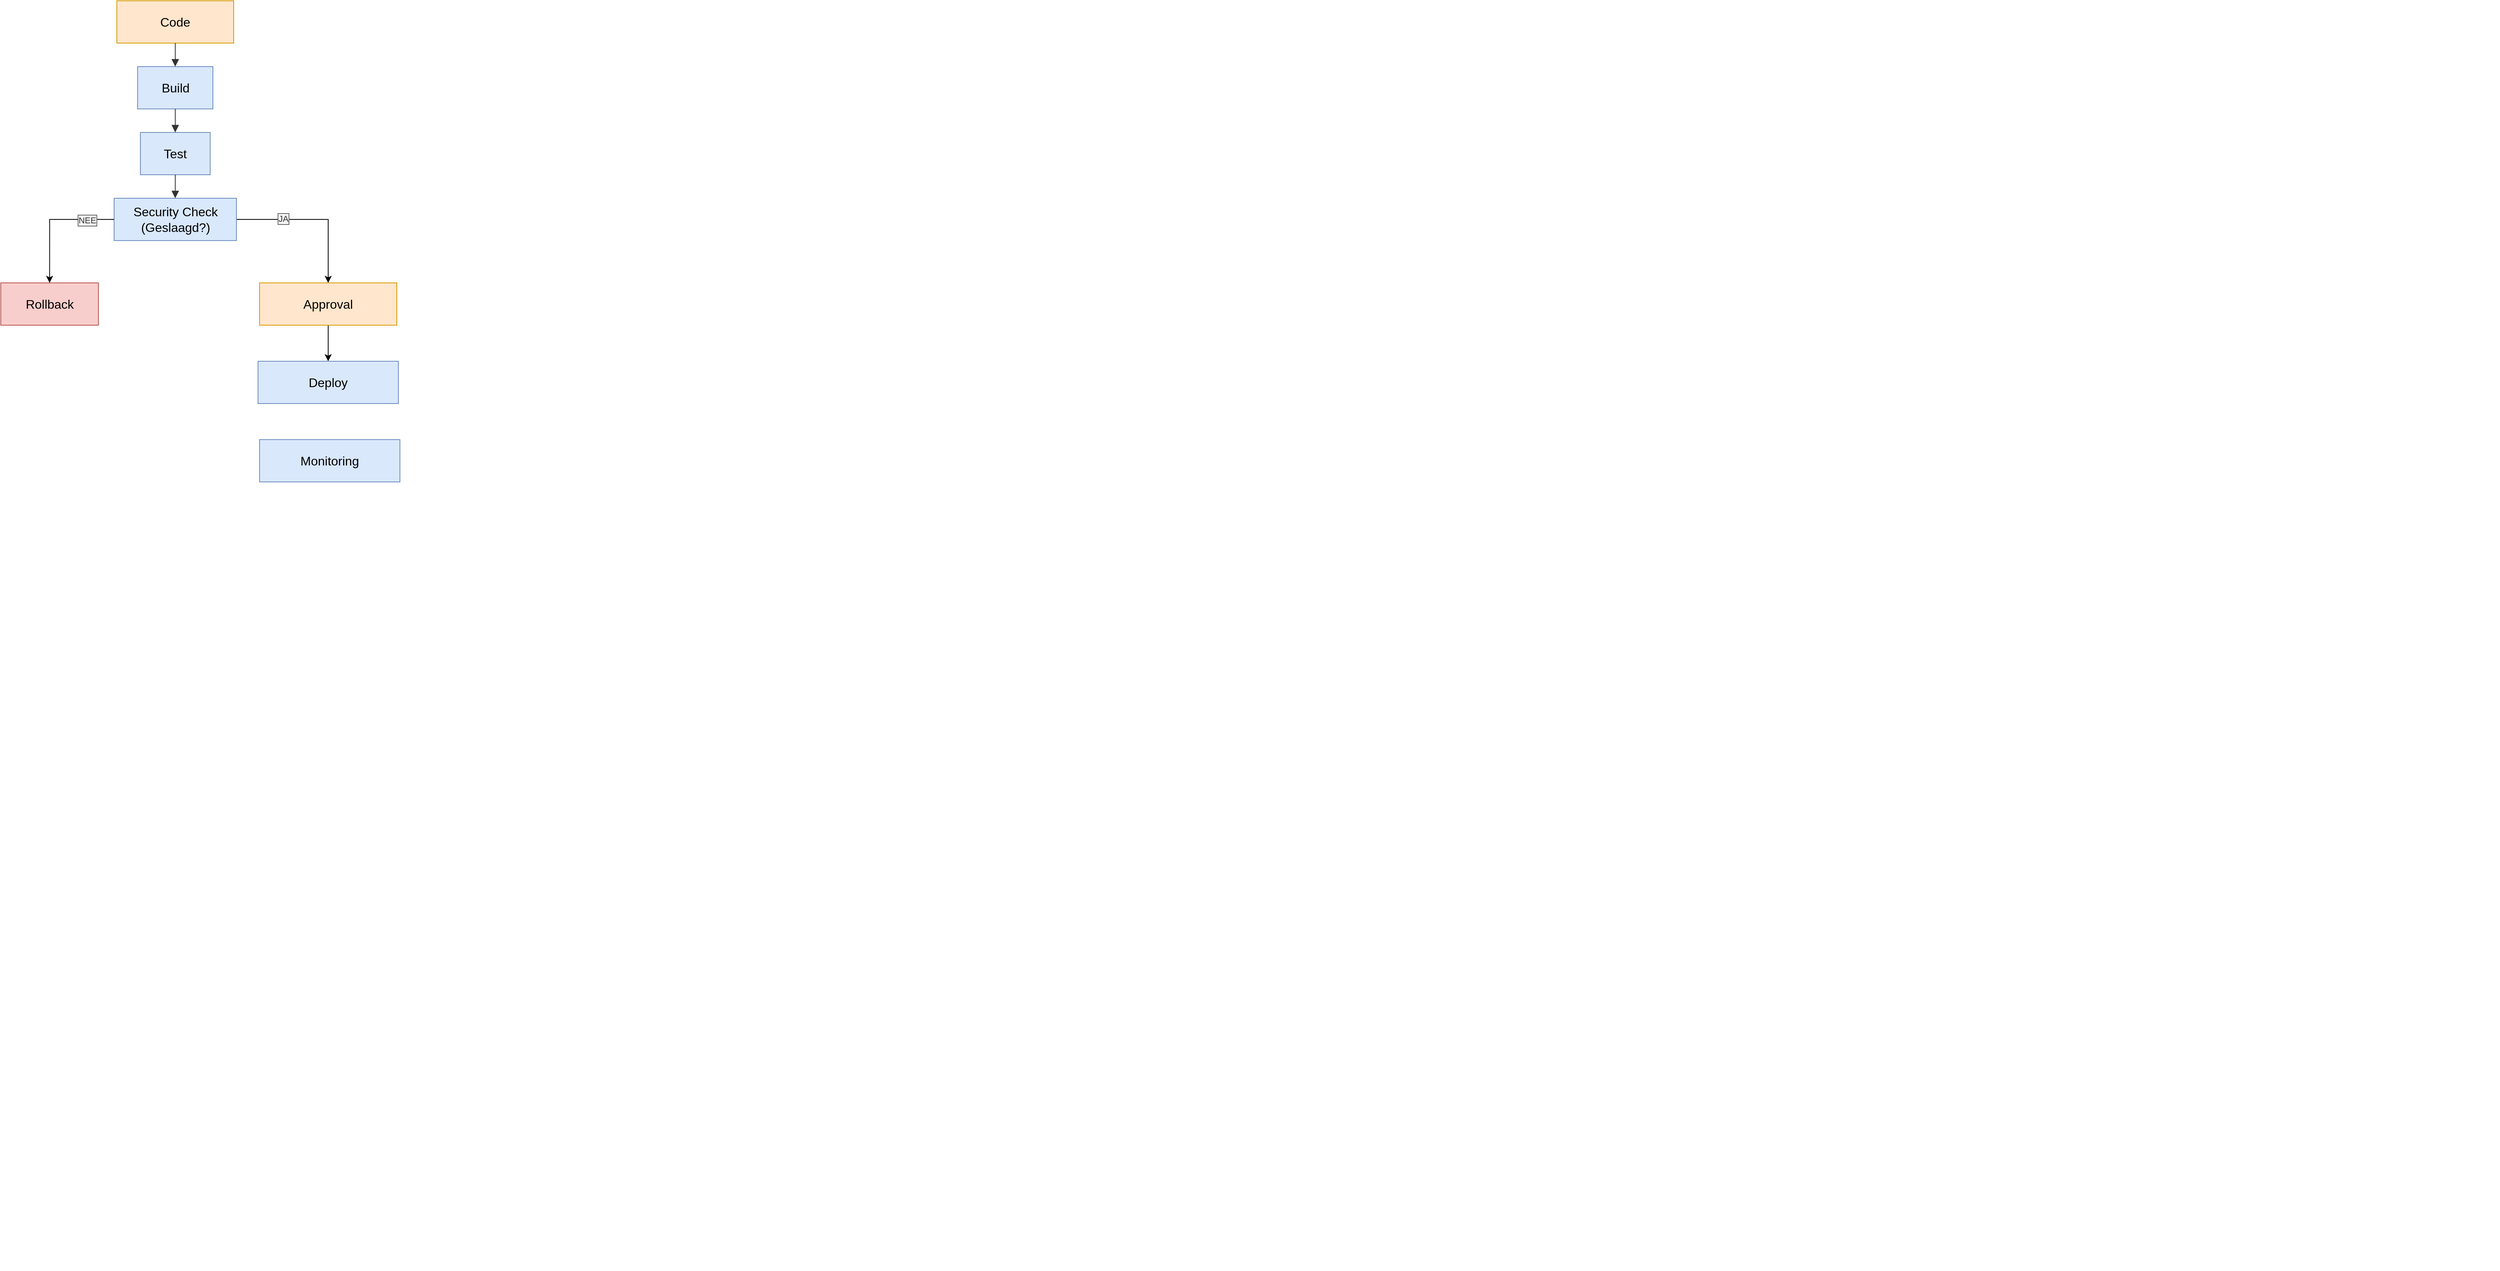
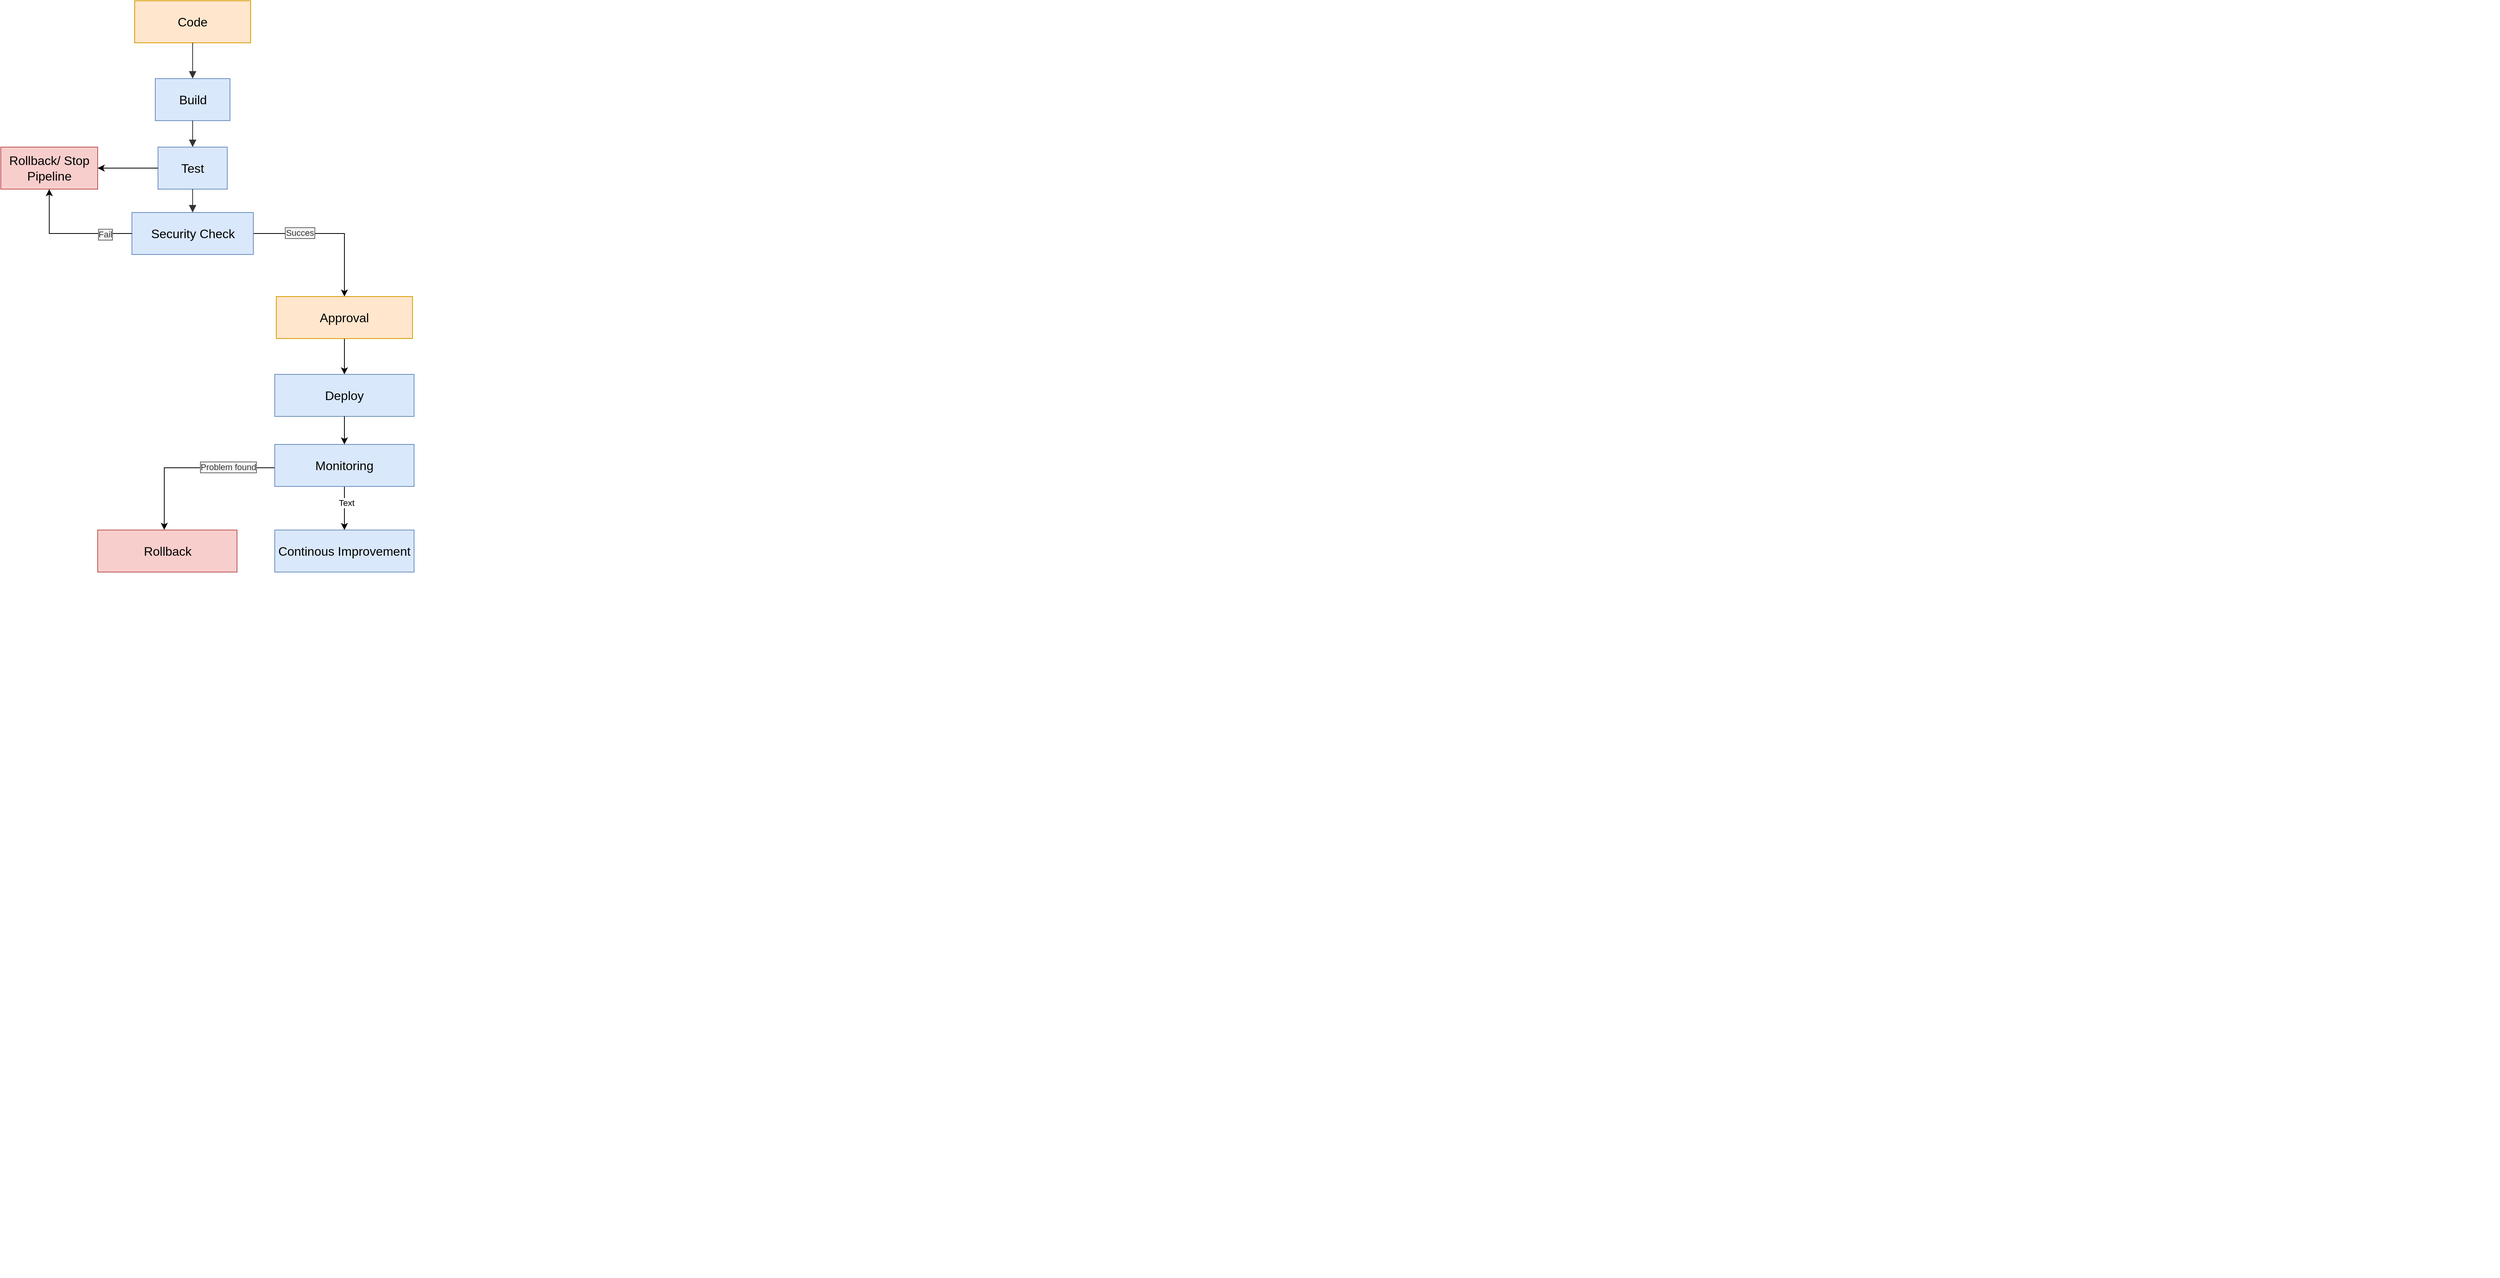
<mxfile host="app.diagrams.net">
  <diagram name="Pagina-1" id="oapMXDbkCNPWpY9KK1aS">
-     <mxGraphModel dx="4854" dy="2428" grid="1" gridSize="10" guides="1" tooltips="1" connect="1" arrows="1" fold="1" page="1" pageScale="1" pageWidth="1169" pageHeight="827" math="0" shadow="0">
+     <mxGraphModel dx="4921" dy="3294" grid="1" gridSize="10" guides="1" tooltips="1" connect="1" arrows="1" fold="1" page="1" pageScale="1" pageWidth="1169" pageHeight="827" math="0" shadow="0">
      <root>
        <mxCell id="0" />
        <mxCell id="1" parent="0" />
        <UserObject label="" mermaidData="{&#xa;  &quot;data&quot;: &quot;flowchart LR\n  A[Source Code] --&gt; B[Build]\n  B --&gt; C[Test]\n  C --&gt; D[Security Scan]\n  D --&gt; E[Deploy to Staging]\n  E --&gt; F[Integration Tests]\n  F --&gt; G[Deploy to Production]&quot;,&#xa;  &quot;config&quot;: null&#xa;}" id="15">
          <mxCell connectable="0" parent="1" style="group;transparentBounds=1;editIcon=1;lockedGroup=0;groupPadding=20;" vertex="1">
            <mxGeometry as="geometry" />
          </mxCell>
        </UserObject>
        <UserObject label="Code" mermaidId="n:A" mermaidBaseStyle="html=1;whiteSpace=wrap;strokeWidth=1;fillColor=light-dark(#ECECFF,#1f2020);strokeColor=light-dark(#9370DB,#cccccc);fontColor=light-dark(#333333,#cccccc);fontFamily=Trebuchet MS,Verdana,Arial,sans-serif;fontSize=16;" mermaidBaseValue="Source Code" id="2">
          <mxCell parent="15" style="html=1;whiteSpace=wrap;strokeWidth=1;fillColor=#ffe6cc;strokeColor=#d79b00;fontFamily=Trebuchet MS,Verdana,Arial,sans-serif;fontSize=16;" vertex="1">
-             <mxGeometry height="54" width="149" x="-3038" y="-1620" as="geometry" />
+             <mxGeometry height="54" width="149" x="-3038" y="-1640" as="geometry" />
          </mxCell>
        </UserObject>
        <UserObject label="Build" mermaidId="n:B" mermaidBaseStyle="html=1;whiteSpace=wrap;strokeWidth=1;fillColor=light-dark(#ECECFF,#1f2020);strokeColor=light-dark(#9370DB,#cccccc);fontColor=light-dark(#333333,#cccccc);fontFamily=Trebuchet MS,Verdana,Arial,sans-serif;fontSize=16;" mermaidBaseValue="Build" id="3">
          <mxCell parent="15" style="html=1;whiteSpace=wrap;strokeWidth=1;fillColor=#dae8fc;strokeColor=#6c8ebf;fontFamily=Trebuchet MS,Verdana,Arial,sans-serif;fontSize=16;" vertex="1">
-             <mxGeometry height="54" width="96" x="-3011.5" y="-1536" as="geometry" />
+             <mxGeometry height="54" width="96" x="-3011.5" y="-1540" as="geometry" />
          </mxCell>
        </UserObject>
        <UserObject label="Test" mermaidId="n:C" mermaidBaseStyle="html=1;whiteSpace=wrap;strokeWidth=1;fillColor=light-dark(#ECECFF,#1f2020);strokeColor=light-dark(#9370DB,#cccccc);fontColor=light-dark(#333333,#cccccc);fontFamily=Trebuchet MS,Verdana,Arial,sans-serif;fontSize=16;" mermaidBaseValue="Test" id="4">
          <mxCell parent="15" style="html=1;whiteSpace=wrap;strokeWidth=1;fillColor=#dae8fc;strokeColor=#6c8ebf;fontFamily=Trebuchet MS,Verdana,Arial,sans-serif;fontSize=16;" vertex="1">
            <mxGeometry height="54" width="89" x="-3008" y="-1452" as="geometry" />
          </mxCell>
        </UserObject>
-         <mxCell id="eRVFU9hIBbh1x9-h-B_j-20" edge="1" parent="15" source="5" style="edgeStyle=orthogonalEdgeStyle;rounded=0;orthogonalLoop=1;jettySize=auto;html=1;entryX=0.5;entryY=0;entryDx=0;entryDy=0;" target="6">
+         <mxCell id="eRVFU9hIBbh1x9-h-B_j-20" edge="1" parent="15" source="5" style="edgeStyle=orthogonalEdgeStyle;rounded=0;orthogonalLoop=1;jettySize=auto;html=1;entryX=0.5;entryY=0;entryDx=0;entryDy=0;" target="6" value="">
          <mxGeometry relative="1" as="geometry" />
        </mxCell>
-         <mxCell id="eRVFU9hIBbh1x9-h-B_j-21" connectable="0" parent="eRVFU9hIBbh1x9-h-B_j-20" style="edgeLabel;html=1;align=center;verticalAlign=middle;resizable=0;points=[];labelBackgroundColor=#f5f5f5;fontColor=#333333;labelBorderColor=#666666;" value="JA" vertex="1">
+         <mxCell id="eRVFU9hIBbh1x9-h-B_j-21" connectable="0" parent="eRVFU9hIBbh1x9-h-B_j-20" style="edgeLabel;html=1;align=center;verticalAlign=middle;resizable=0;points=[];labelBackgroundColor=#f5f5f5;fontColor=#333333;labelBorderColor=#666666;" value="Succes" vertex="1">
          <mxGeometry relative="1" x="-0.4044" y="1" as="geometry">
            <mxPoint as="offset" />
          </mxGeometry>
        </mxCell>
-         <UserObject label="Security Check&lt;br&gt;(Geslaagd?)" mermaidId="n:D" mermaidBaseStyle="html=1;whiteSpace=wrap;strokeWidth=1;fillColor=light-dark(#ECECFF,#1f2020);strokeColor=light-dark(#9370DB,#cccccc);fontColor=light-dark(#333333,#cccccc);fontFamily=Trebuchet MS,Verdana,Arial,sans-serif;fontSize=16;" mermaidBaseValue="Security Scan" id="5">
+         <UserObject label="Security Check" mermaidId="n:D" mermaidBaseStyle="html=1;whiteSpace=wrap;strokeWidth=1;fillColor=light-dark(#ECECFF,#1f2020);strokeColor=light-dark(#9370DB,#cccccc);fontColor=light-dark(#333333,#cccccc);fontFamily=Trebuchet MS,Verdana,Arial,sans-serif;fontSize=16;" mermaidBaseValue="Security Scan" id="5">
          <mxCell parent="15" style="html=1;whiteSpace=wrap;strokeWidth=1;fillColor=#dae8fc;strokeColor=#6c8ebf;fontFamily=Trebuchet MS,Verdana,Arial,sans-serif;fontSize=16;" vertex="1">
            <mxGeometry height="54" width="156" x="-3041.5" y="-1368" as="geometry" />
          </mxCell>
        </UserObject>
        <mxCell id="eRVFU9hIBbh1x9-h-B_j-24" edge="1" parent="15" source="6" style="edgeStyle=orthogonalEdgeStyle;rounded=0;orthogonalLoop=1;jettySize=auto;html=1;entryX=0.5;entryY=0;entryDx=0;entryDy=0;" target="7">
          <mxGeometry relative="1" as="geometry" />
        </mxCell>
        <UserObject label="Approval" mermaidId="n:E" mermaidBaseStyle="html=1;whiteSpace=wrap;strokeWidth=1;fillColor=light-dark(#ECECFF,#1f2020);strokeColor=light-dark(#9370DB,#cccccc);fontColor=light-dark(#333333,#cccccc);fontFamily=Trebuchet MS,Verdana,Arial,sans-serif;fontSize=16;" mermaidBaseValue="Deploy to Staging" id="6">
          <mxCell parent="15" style="html=1;whiteSpace=wrap;strokeWidth=1;fillColor=#ffe6cc;strokeColor=#d79b00;fontFamily=Trebuchet MS,Verdana,Arial,sans-serif;fontSize=16;" vertex="1">
            <mxGeometry height="54" width="175" x="-2856" y="-1260" as="geometry" />
          </mxCell>
        </UserObject>
        <UserObject label="Deploy" mermaidId="n:F" mermaidBaseStyle="html=1;whiteSpace=wrap;strokeWidth=1;fillColor=light-dark(#ECECFF,#1f2020);strokeColor=light-dark(#9370DB,#cccccc);fontColor=light-dark(#333333,#cccccc);fontFamily=Trebuchet MS,Verdana,Arial,sans-serif;fontSize=16;" mermaidBaseValue="Integration Tests" id="7">
          <mxCell parent="15" style="html=1;whiteSpace=wrap;strokeWidth=1;fillColor=#dae8fc;strokeColor=#6c8ebf;fontFamily=Trebuchet MS,Verdana,Arial,sans-serif;fontSize=16;" vertex="1">
            <mxGeometry height="54" width="179" x="-2858" y="-1160" as="geometry" />
          </mxCell>
        </UserObject>
        <UserObject label="" mermaidId="e:A-&gt;B#0" mermaidBaseStyle="curved=1;startArrow=none;endArrow=block;endSize=7;strokeColor=light-dark(#333333,#cccccc);exitX=1;exitY=0.5;entryX=0;entryY=0.5;" mermaidBaseValue="" id="9">
          <mxCell edge="1" parent="15" source="2" style="curved=0;startArrow=none;endArrow=block;endSize=7;strokeColor=light-dark(#333333,#cccccc);rounded=1;exitX=0.5;exitY=1;entryX=0.5;entryY=0;edgeStyle=orthogonalEdgeStyle;" target="3">
            <mxGeometry relative="1" as="geometry">
              <Array as="points">
                <mxPoint x="-2963.5" y="-1551" />
              </Array>
            </mxGeometry>
          </mxCell>
        </UserObject>
        <UserObject label="" mermaidId="e:B-&gt;C#0" mermaidBaseStyle="curved=1;startArrow=none;endArrow=block;endSize=7;strokeColor=light-dark(#333333,#cccccc);exitX=1;exitY=0.5;entryX=0;entryY=0.5;" mermaidBaseValue="" id="10">
          <mxCell edge="1" parent="15" source="3" style="curved=0;startArrow=none;endArrow=block;endSize=7;strokeColor=light-dark(#333333,#cccccc);rounded=1;exitX=0.5;exitY=1;entryX=0.5;entryY=0;edgeStyle=orthogonalEdgeStyle;" target="4">
            <mxGeometry relative="1" as="geometry">
              <Array as="points">
                <mxPoint x="-2963.5" y="-1467" />
              </Array>
            </mxGeometry>
          </mxCell>
        </UserObject>
        <UserObject label="" mermaidId="e:C-&gt;D#0" mermaidBaseStyle="curved=1;startArrow=none;endArrow=block;endSize=7;strokeColor=light-dark(#333333,#cccccc);exitX=1;exitY=0.5;entryX=0;entryY=0.5;" mermaidBaseValue="" id="11">
          <mxCell edge="1" parent="15" source="4" style="curved=0;startArrow=none;endArrow=block;endSize=7;strokeColor=light-dark(#333333,#cccccc);rounded=1;exitX=0.5;exitY=1;entryX=0.5;entryY=0;edgeStyle=orthogonalEdgeStyle;" target="5">
            <mxGeometry relative="1" as="geometry">
              <Array as="points">
                <mxPoint x="-2963.5" y="-1383" />
              </Array>
            </mxGeometry>
          </mxCell>
        </UserObject>
-         <UserObject label="Rollback" mermaidId="n:C" mermaidBaseStyle="html=1;whiteSpace=wrap;strokeWidth=1;fillColor=light-dark(#ECECFF,#1f2020);strokeColor=light-dark(#9370DB,#cccccc);fontColor=light-dark(#333333,#cccccc);fontFamily=Trebuchet MS,Verdana,Arial,sans-serif;fontSize=16;" mermaidBaseValue="Test" id="eRVFU9hIBbh1x9-h-B_j-16">
+         <UserObject label="Rollback/ Stop Pipeline" mermaidId="n:C" mermaidBaseStyle="html=1;whiteSpace=wrap;strokeWidth=1;fillColor=light-dark(#ECECFF,#1f2020);strokeColor=light-dark(#9370DB,#cccccc);fontColor=light-dark(#333333,#cccccc);fontFamily=Trebuchet MS,Verdana,Arial,sans-serif;fontSize=16;" mermaidBaseValue="Test" id="eRVFU9hIBbh1x9-h-B_j-16">
          <mxCell parent="1" style="html=1;whiteSpace=wrap;strokeWidth=1;fillColor=#f8cecc;strokeColor=#b85450;fontFamily=Trebuchet MS,Verdana,Arial,sans-serif;fontSize=16;" vertex="1">
-             <mxGeometry height="54" width="124.5" x="-3186" y="-1260" as="geometry" />
+             <mxGeometry height="54" width="124.5" x="-3210" y="-1452" as="geometry" />
          </mxCell>
        </UserObject>
-         <mxCell id="eRVFU9hIBbh1x9-h-B_j-17" edge="1" parent="1" source="5" style="edgeStyle=orthogonalEdgeStyle;rounded=0;orthogonalLoop=1;jettySize=auto;html=1;entryX=0.5;entryY=0;entryDx=0;entryDy=0;" target="eRVFU9hIBbh1x9-h-B_j-16">
+         <mxCell id="eRVFU9hIBbh1x9-h-B_j-17" edge="1" parent="1" source="5" style="edgeStyle=orthogonalEdgeStyle;rounded=0;orthogonalLoop=1;jettySize=auto;html=1;entryX=0.5;entryY=1;entryDx=0;entryDy=0;" target="eRVFU9hIBbh1x9-h-B_j-16">
          <mxGeometry relative="1" as="geometry" />
        </mxCell>
-         <mxCell id="eRVFU9hIBbh1x9-h-B_j-23" connectable="0" parent="eRVFU9hIBbh1x9-h-B_j-17" style="edgeLabel;html=1;align=center;verticalAlign=middle;resizable=0;points=[];labelBackgroundColor=#f5f5f5;fontColor=#333333;labelBorderColor=#666666;" value="NEE" vertex="1">
+         <mxCell id="eRVFU9hIBbh1x9-h-B_j-23" connectable="0" parent="eRVFU9hIBbh1x9-h-B_j-17" style="edgeLabel;html=1;align=center;verticalAlign=middle;resizable=0;points=[];labelBackgroundColor=#f5f5f5;fontColor=#333333;labelBorderColor=#666666;" value="Fail" vertex="1">
          <mxGeometry relative="1" x="-0.5748" y="1" as="geometry">
+             <mxPoint as="offset" />
+           </mxGeometry>
+         </mxCell>
+         <mxCell id="yu_XQUHAQQwDre8_7aJG-18" edge="1" parent="1" source="eRVFU9hIBbh1x9-h-B_j-25" style="edgeStyle=orthogonalEdgeStyle;rounded=0;orthogonalLoop=1;jettySize=auto;html=1;entryX=0.478;entryY=-0.005;entryDx=0;entryDy=0;entryPerimeter=0;" target="yu_XQUHAQQwDre8_7aJG-16">
+           <mxGeometry relative="1" as="geometry">
+             <Array as="points">
+               <mxPoint x="-3000" y="-1040" />
+             </Array>
+           </mxGeometry>
+         </mxCell>
+         <mxCell id="yu_XQUHAQQwDre8_7aJG-22" connectable="0" parent="yu_XQUHAQQwDre8_7aJG-18" style="edgeLabel;html=1;align=center;verticalAlign=middle;resizable=0;points=[];labelBackgroundColor=#f5f5f5;fontColor=#333333;labelBorderColor=#666666;" value="Problem found" vertex="1">
+           <mxGeometry relative="1" x="-0.457" y="-1" as="geometry">
+             <mxPoint as="offset" />
+           </mxGeometry>
+         </mxCell>
+         <mxCell id="yu_XQUHAQQwDre8_7aJG-24" edge="1" parent="1" source="eRVFU9hIBbh1x9-h-B_j-25" style="edgeStyle=orthogonalEdgeStyle;rounded=0;orthogonalLoop=1;jettySize=auto;html=1;entryX=0.5;entryY=0;entryDx=0;entryDy=0;" target="yu_XQUHAQQwDre8_7aJG-23">
+           <mxGeometry relative="1" as="geometry" />
+         </mxCell>
+         <mxCell id="yu_XQUHAQQwDre8_7aJG-25" connectable="0" parent="yu_XQUHAQQwDre8_7aJG-24" style="edgeLabel;html=1;align=center;verticalAlign=middle;resizable=0;points=[];" value="Text" vertex="1">
+           <mxGeometry relative="1" x="-0.25" y="2" as="geometry">
            <mxPoint as="offset" />
          </mxGeometry>
        </mxCell>
        <UserObject label="Monitoring" mermaidId="n:F" mermaidBaseStyle="html=1;whiteSpace=wrap;strokeWidth=1;fillColor=light-dark(#ECECFF,#1f2020);strokeColor=light-dark(#9370DB,#cccccc);fontColor=light-dark(#333333,#cccccc);fontFamily=Trebuchet MS,Verdana,Arial,sans-serif;fontSize=16;" mermaidBaseValue="Integration Tests" id="eRVFU9hIBbh1x9-h-B_j-25">
          <mxCell parent="1" style="html=1;whiteSpace=wrap;strokeWidth=1;fillColor=#dae8fc;strokeColor=#6c8ebf;fontFamily=Trebuchet MS,Verdana,Arial,sans-serif;fontSize=16;" vertex="1">
-             <mxGeometry height="54" width="179" x="-2856" y="-1060" as="geometry" />
+             <mxGeometry height="54" width="179" x="-2858" y="-1070" as="geometry" />
+           </mxCell>
+         </UserObject>
+         <UserObject label="Rollback" mermaidId="n:F" mermaidBaseStyle="html=1;whiteSpace=wrap;strokeWidth=1;fillColor=light-dark(#ECECFF,#1f2020);strokeColor=light-dark(#9370DB,#cccccc);fontColor=light-dark(#333333,#cccccc);fontFamily=Trebuchet MS,Verdana,Arial,sans-serif;fontSize=16;" mermaidBaseValue="Integration Tests" id="yu_XQUHAQQwDre8_7aJG-16">
+           <mxCell parent="1" style="html=1;whiteSpace=wrap;strokeWidth=1;fillColor=#f8cecc;strokeColor=#b85450;fontFamily=Trebuchet MS,Verdana,Arial,sans-serif;fontSize=16;" vertex="1">
+             <mxGeometry height="54" width="179" x="-3085.5" y="-960" as="geometry" />
+           </mxCell>
+         </UserObject>
+         <mxCell id="yu_XQUHAQQwDre8_7aJG-17" edge="1" parent="1" source="7" style="edgeStyle=orthogonalEdgeStyle;rounded=0;orthogonalLoop=1;jettySize=auto;html=1;entryX=0.5;entryY=0;entryDx=0;entryDy=0;" target="eRVFU9hIBbh1x9-h-B_j-25">
+           <mxGeometry relative="1" as="geometry" />
+         </mxCell>
+         <mxCell id="yu_XQUHAQQwDre8_7aJG-21" edge="1" parent="1" source="4" style="edgeStyle=orthogonalEdgeStyle;rounded=0;orthogonalLoop=1;jettySize=auto;html=1;entryX=1;entryY=0.5;entryDx=0;entryDy=0;" target="eRVFU9hIBbh1x9-h-B_j-16">
+           <mxGeometry relative="1" as="geometry" />
+         </mxCell>
+         <UserObject label="Continous Improvement" mermaidId="n:F" mermaidBaseStyle="html=1;whiteSpace=wrap;strokeWidth=1;fillColor=light-dark(#ECECFF,#1f2020);strokeColor=light-dark(#9370DB,#cccccc);fontColor=light-dark(#333333,#cccccc);fontFamily=Trebuchet MS,Verdana,Arial,sans-serif;fontSize=16;" mermaidBaseValue="Integration Tests" id="yu_XQUHAQQwDre8_7aJG-23">
+           <mxCell parent="1" style="html=1;whiteSpace=wrap;strokeWidth=1;fillColor=#dae8fc;strokeColor=#6c8ebf;fontFamily=Trebuchet MS,Verdana,Arial,sans-serif;fontSize=16;" vertex="1">
+             <mxGeometry height="54" width="179" x="-2858" y="-960" as="geometry" />
          </mxCell>
        </UserObject>
      </root>
    </mxGraphModel>
  </diagram>
</mxfile>
